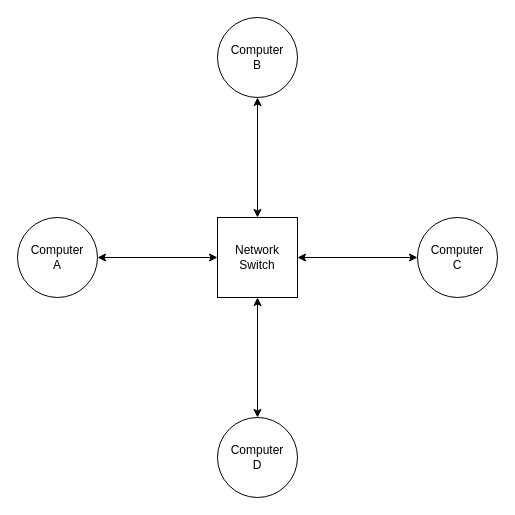
Earlier version of the draw.io diagram diagrams/switch-star-topology.drawio (adrian154/blog). Source tidied: cells renumbered, new cells numbered last; positions are measured from the earlier drawing's top-left corner, leaving out a move shared by most shapes. Both pictures are drawn from the tidied source at 100%, with x=0, y=0 at pixel (17, 17).
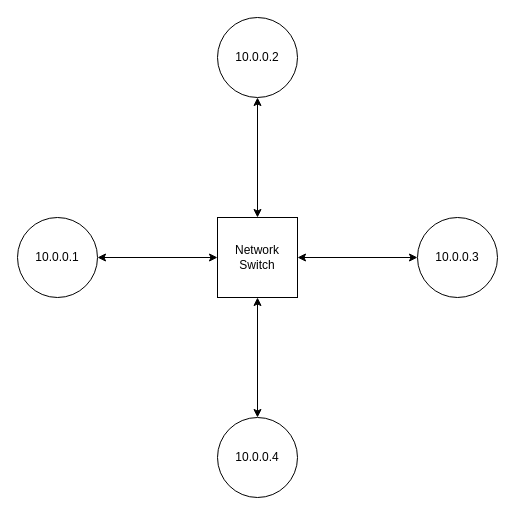
After the change.

Diff of the diagram source:
```diff
@@
 <mxGraphModel>
   <root>
     <mxCell id="0" />
     <mxCell id="1" parent="0" />
     <mxCell id="2" value="Network&lt;br&gt;Switch" style="whiteSpace=wrap;html=1;" parent="1" vertex="1">
       <mxGeometry x="200" y="200" width="80" height="80" as="geometry" />
     </mxCell>
-    <mxCell id="3" value="Computer&lt;br&gt;C" style="ellipse;whiteSpace=wrap;html=1;" parent="1" vertex="1">
+    <mxCell id="3" value="10.0.0.3&lt;br&gt;" style="ellipse;whiteSpace=wrap;html=1;" parent="1" vertex="1">
       <mxGeometry x="400" y="200" width="80" height="80" as="geometry" />
     </mxCell>
-    <mxCell id="4" value="Computer&lt;br&gt;D" style="ellipse;whiteSpace=wrap;html=1;" parent="1" vertex="1">
+    <mxCell id="4" value="10.0.0.4" style="ellipse;whiteSpace=wrap;html=1;" parent="1" vertex="1">
       <mxGeometry x="200" y="400" width="80" height="80" as="geometry" />
     </mxCell>
-    <mxCell id="5" value="Computer&lt;br&gt;A" style="ellipse;whiteSpace=wrap;html=1;" parent="1" vertex="1">
+    <mxCell id="5" value="10.0.0.1" style="ellipse;whiteSpace=wrap;html=1;" parent="1" vertex="1">
       <mxGeometry y="200" width="80" height="80" as="geometry" />
     </mxCell>
-    <mxCell id="6" value="Computer&lt;br&gt;B" style="ellipse;whiteSpace=wrap;html=1;" parent="1" vertex="1">
+    <mxCell id="6" value="10.0.0.2&lt;br&gt;" style="ellipse;whiteSpace=wrap;html=1;" parent="1" vertex="1">
       <mxGeometry x="200" width="80" height="80" as="geometry" />
     </mxCell>
     <mxCell id="7" style="endArrow=classic;startArrow=classic;html=1;entryX=0.5;entryY=1;entryDx=0;entryDy=0;" parent="1" edge="1" target="6">
       <mxGeometry relative="1" as="geometry">
         <mxPoint x="240" y="200" as="sourcePoint" />
       </mxGeometry>
     </mxCell>
     <mxCell id="8" style="endArrow=classic;startArrow=classic;html=1;entryX=1;entryY=0.5;entryDx=0;entryDy=0;exitX=0;exitY=0.5;exitDx=0;exitDy=0;" parent="1" edge="1" source="3" target="2">
       <mxGeometry relative="1" as="geometry" />
     </mxCell>
     <mxCell id="9" style="endArrow=classic;startArrow=classic;html=1;entryX=0.5;entryY=1;entryDx=0;entryDy=0;" parent="1" edge="1" target="2">
       <mxGeometry relative="1" as="geometry">
         <mxPoint x="240" y="400" as="sourcePoint" />
       </mxGeometry>
     </mxCell>
     <mxCell id="10" style="endArrow=classic;startArrow=classic;html=1;" parent="1" edge="1">
       <mxGeometry relative="1" as="geometry">
         <mxPoint x="200" y="240" as="sourcePoint" />
         <mxPoint x="80" y="240" as="targetPoint" />
       </mxGeometry>
     </mxCell>
   </root>
 </mxGraphModel>
```
